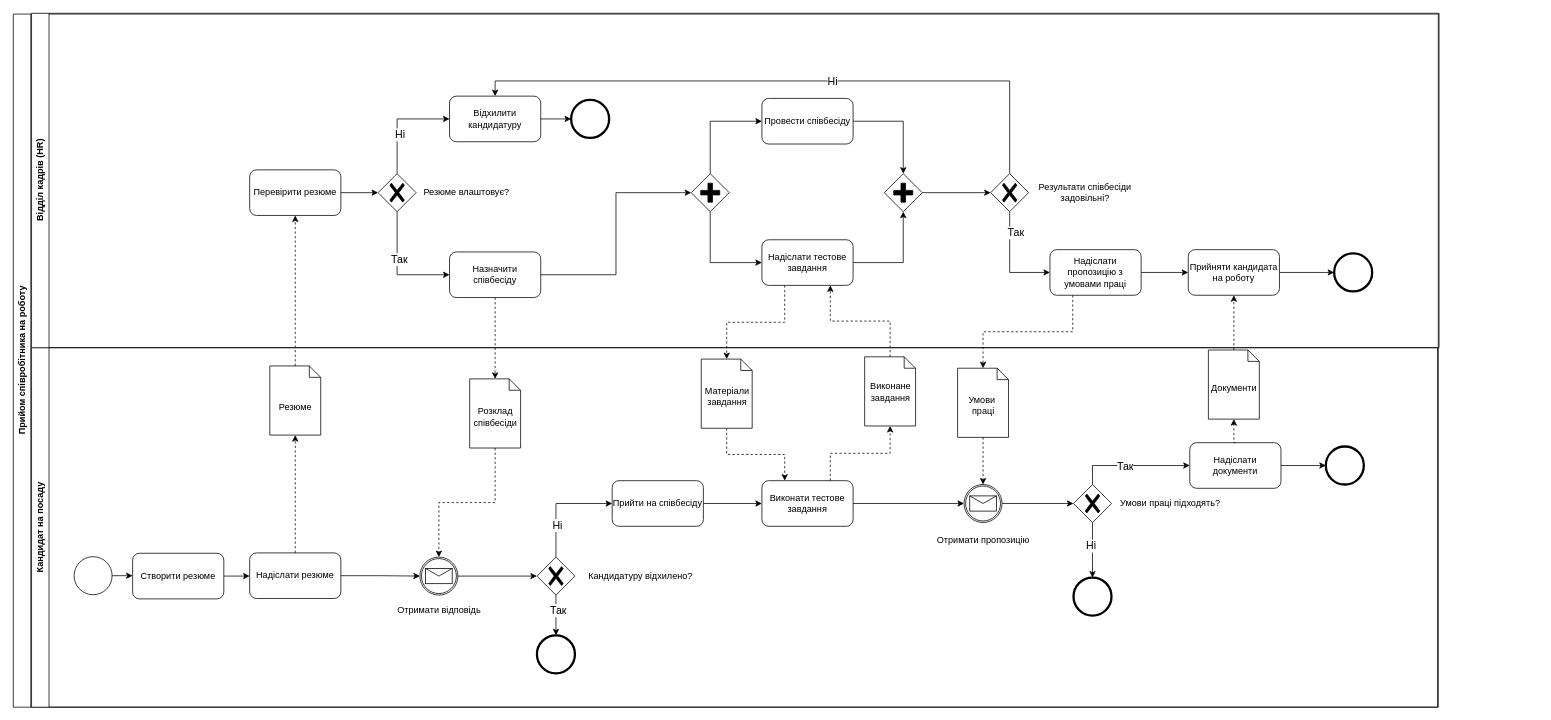
Earlier version of the draw.io diagram lab1/lab1_t4.drawio (gR4tiG0/QAQC). Source tidied: cells renumbered, new cells numbered last; positions are measured from the earlier drawing's top-left corner, leaving out a move shared by most shapes. Both pictures are drawn from the tidied source at 76%, with x=0, y=0 at pixel (13, 13).
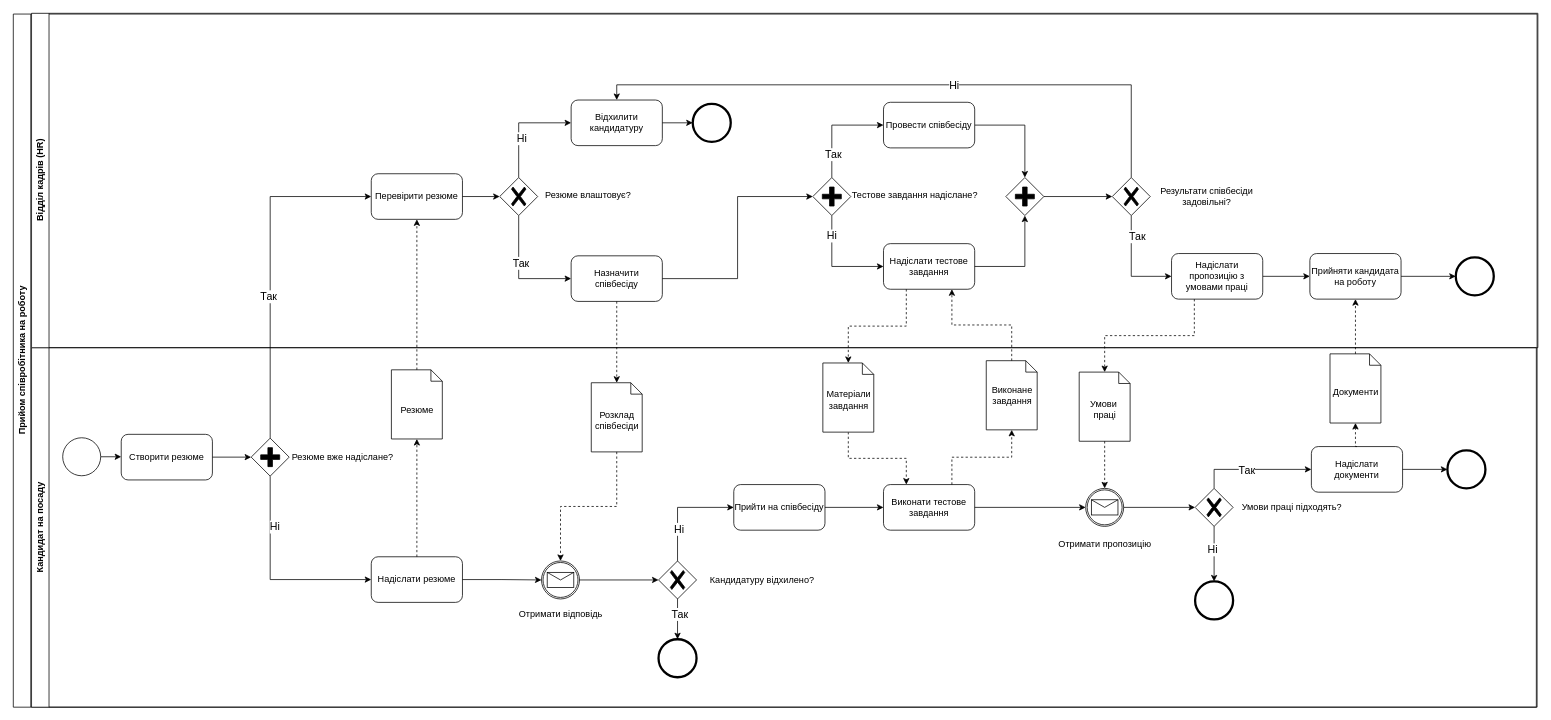
The same diagram, later.

The change refers to these unchanged cells:
```xml
<mxCell id="64" style="edgeStyle=orthogonalEdgeStyle;rounded=0;jettySize=auto;html=1;exitX=0.5;exitY=1;exitDx=0;exitDy=0;exitPerimeter=0;entryX=0;entryY=0.5;entryDx=0;entryDy=0;" parent="55" edge="1" source="66" target="70">
  <mxGeometry relative="1" as="geometry" />
</mxCell>
<mxCell id="65" style="edgeStyle=orthogonalEdgeStyle;rounded=0;jettySize=auto;html=1;exitX=0.5;exitY=0;exitDx=0;exitDy=0;exitPerimeter=0;entryX=0;entryY=0.5;entryDx=0;entryDy=0;" parent="55" edge="1" source="66" target="69">
  <mxGeometry relative="1" as="geometry" />
</mxCell>
```

Change to the diagram source:
```diff
@@
     <mxCell id="2" value="Прийом співробітника на роботу" style="swimlane;horizontal=0;whiteSpace=wrap;html=1;" parent="1" vertex="1">
-      <mxGeometry y="1" width="1875" height="912" as="geometry" />
+      <mxGeometry y="1" width="2005" height="912" as="geometry" />
     </mxCell>
     <mxCell id="3" value="Кандидат на посаду" style="swimlane;horizontal=0;whiteSpace=wrap;html=1;" parent="1" vertex="1">
-      <mxGeometry x="24" y="440" width="1850" height="473" as="geometry" />
+      <mxGeometry x="24" y="440" width="1980" height="473" as="geometry" />
     </mxCell>
     <mxCell id="4" style="shape=mxgraph.bpmn.data;labelPosition=center;verticalLabelPosition=bottom;align=center;verticalAlign=top;size=15;html=1;" parent="3" vertex="1">
-      <mxGeometry x="1218.5" y="27" width="67" height="91" as="geometry" />
+      <mxGeometry x="1378.5" y="32.1" width="67" height="91" as="geometry" />
     </mxCell>
     <mxCell id="5" style="shape=mxgraph.bpmn.data;labelPosition=center;verticalLabelPosition=bottom;align=center;verticalAlign=top;size=15;html=1;" parent="3" vertex="1">
-      <mxGeometry x="576.5" y="41" width="67" height="91" as="geometry" />
+      <mxGeometry x="736.5" y="46.1" width="67" height="91" as="geometry" />
     </mxCell>
@@
     <mxCell id="7" style="points=[[0.145,0.145,0],[0.5,0,0],[0.855,0.145,0],[1,0.5,0],[0.855,0.855,0],[0.5,1,0],[0.145,0.855,0],[0,0.5,0]];shape=mxgraph.bpmn.event;html=1;verticalLabelPosition=bottom;labelBackgroundColor=#ffffff;verticalAlign=top;align=center;perimeter=ellipsePerimeter;outlineConnect=0;outline=standard;symbol=general;" parent="3" vertex="1">
-      <mxGeometry x="56" y="275" width="50" height="50" as="geometry" />
+      <mxGeometry x="41" y="118.5" width="50" height="50" as="geometry" />
     </mxCell>
-    <mxCell id="8" style="edgeStyle=orthogonalEdgeStyle;rounded=0;jettySize=auto;html=1;exitX=1;exitY=0.5;exitDx=0;exitDy=0;entryX=0;entryY=0.5;entryDx=0;entryDy=0;" parent="3" edge="1" source="9" target="10">
-      <mxGeometry relative="1" as="geometry" />
-    </mxCell>
     <mxCell id="9" value="Створити резюме" style="rounded=1;whiteSpace=wrap;html=1;" parent="3" vertex="1">
-      <mxGeometry x="133" y="270.5" width="120" height="60" as="geometry" />
+      <mxGeometry x="118" y="114" width="120" height="60" as="geometry" />
     </mxCell>
     <mxCell id="10" value="Надіслати резюме" style="rounded=1;whiteSpace=wrap;html=1;" parent="3" vertex="1">
-      <mxGeometry x="287" y="270" width="120" height="60" as="geometry" />
+      <mxGeometry x="447" y="275.1" width="120" height="60" as="geometry" />
     </mxCell>
@@
     <mxCell id="13" style="points=[[0.25,0.25,0],[0.5,0,0],[0.75,0.25,0],[1,0.5,0],[0.75,0.75,0],[0.5,1,0],[0.25,0.75,0],[0,0.5,0]];shape=mxgraph.bpmn.gateway2;html=1;verticalLabelPosition=bottom;labelBackgroundColor=#ffffff;verticalAlign=top;align=center;perimeter=rhombusPerimeter;outlineConnect=0;outline=none;symbol=none;gwType=exclusive;" parent="3" vertex="1">
-      <mxGeometry x="665" y="275.5" width="50" height="50" as="geometry" />
+      <mxGeometry x="825" y="280.6" width="50" height="50" as="geometry" />
     </mxCell>
     <mxCell id="14" style="points=[[0.145,0.145,0],[0.5,0,0],[0.855,0.145,0],[1,0.5,0],[0.855,0.855,0],[0.5,1,0],[0.145,0.855,0],[0,0.5,0]];shape=mxgraph.bpmn.event;html=1;verticalLabelPosition=bottom;labelBackgroundColor=#ffffff;verticalAlign=top;align=center;perimeter=ellipsePerimeter;outlineConnect=0;outline=end;symbol=terminate2;" parent="3" vertex="1">
-      <mxGeometry x="665" y="378.5" width="50" height="50" as="geometry" />
+      <mxGeometry x="825" y="383.6" width="50" height="50" as="geometry" />
     </mxCell>
@@
     <mxCell id="17" style="shape=mxgraph.bpmn.data;labelPosition=center;verticalLabelPosition=bottom;align=center;verticalAlign=top;size=15;html=1;" parent="3" vertex="1">
-      <mxGeometry x="313.5" y="24" width="67" height="91" as="geometry" />
+      <mxGeometry x="473.5" y="29.1" width="67" height="91" as="geometry" />
     </mxCell>
@@
     <mxCell id="19" value="Прийти на співбесіду" style="rounded=1;whiteSpace=wrap;html=1;" parent="3" vertex="1">
-      <mxGeometry x="764" y="175" width="120" height="60" as="geometry" />
+      <mxGeometry x="924" y="180.1" width="120" height="60" as="geometry" />
     </mxCell>
     <mxCell id="20" value="Виконати тестове завдання" style="rounded=1;whiteSpace=wrap;html=1;" parent="3" vertex="1">
-      <mxGeometry x="961" y="175" width="120" height="60" as="geometry" />
+      <mxGeometry x="1121" y="180.1" width="120" height="60" as="geometry" />
     </mxCell>
     <mxCell id="21" style="points=[[0.145,0.145,0],[0.5,0,0],[0.855,0.145,0],[1,0.5,0],[0.855,0.855,0],[0.5,1,0],[0.145,0.855,0],[0,0.5,0]];shape=mxgraph.bpmn.event;html=1;verticalLabelPosition=bottom;labelBackgroundColor=#ffffff;verticalAlign=top;align=center;perimeter=ellipsePerimeter;outlineConnect=0;outline=catching;symbol=message;" parent="3" vertex="1">
-      <mxGeometry x="511" y="275.5" width="50" height="50" as="geometry" />
+      <mxGeometry x="671" y="280.6" width="50" height="50" as="geometry" />
     </mxCell>
@@
     <mxCell id="24" style="points=[[0.145,0.145,0],[0.5,0,0],[0.855,0.145,0],[1,0.5,0],[0.855,0.855,0],[0.5,1,0],[0.145,0.855,0],[0,0.5,0]];shape=mxgraph.bpmn.event;html=1;verticalLabelPosition=bottom;labelBackgroundColor=#ffffff;verticalAlign=top;align=center;perimeter=ellipsePerimeter;outlineConnect=0;outline=catching;symbol=message;" parent="3" vertex="1">
-      <mxGeometry x="1227" y="180" width="50" height="50" as="geometry" />
+      <mxGeometry x="1387" y="185.1" width="50" height="50" as="geometry" />
     </mxCell>
@@
     <mxCell id="28" style="points=[[0.25,0.25,0],[0.5,0,0],[0.75,0.25,0],[1,0.5,0],[0.75,0.75,0],[0.5,1,0],[0.25,0.75,0],[0,0.5,0]];shape=mxgraph.bpmn.gateway2;html=1;verticalLabelPosition=bottom;labelBackgroundColor=#ffffff;verticalAlign=top;align=center;perimeter=rhombusPerimeter;outlineConnect=0;outline=none;symbol=none;gwType=exclusive;" parent="3" vertex="1">
-      <mxGeometry x="1371" y="180" width="50" height="50" as="geometry" />
+      <mxGeometry x="1531" y="185.1" width="50" height="50" as="geometry" />
     </mxCell>
@@
     <mxCell id="30" style="points=[[0.145,0.145,0],[0.5,0,0],[0.855,0.145,0],[1,0.5,0],[0.855,0.855,0],[0.5,1,0],[0.145,0.855,0],[0,0.5,0]];shape=mxgraph.bpmn.event;html=1;verticalLabelPosition=bottom;labelBackgroundColor=#ffffff;verticalAlign=top;align=center;perimeter=ellipsePerimeter;outlineConnect=0;outline=end;symbol=terminate2;" parent="3" vertex="1">
-      <mxGeometry x="1371" y="302.5" width="50" height="50" as="geometry" />
+      <mxGeometry x="1531" y="307.6" width="50" height="50" as="geometry" />
     </mxCell>
@@
     <mxCell id="33" value="Надіслати документи" style="rounded=1;whiteSpace=wrap;html=1;" parent="3" vertex="1">
-      <mxGeometry x="1524" y="125" width="120" height="60" as="geometry" />
+      <mxGeometry x="1684" y="130.1" width="120" height="60" as="geometry" />
     </mxCell>
     <mxCell id="34" style="points=[[0.145,0.145,0],[0.5,0,0],[0.855,0.145,0],[1,0.5,0],[0.855,0.855,0],[0.5,1,0],[0.145,0.855,0],[0,0.5,0]];shape=mxgraph.bpmn.event;html=1;verticalLabelPosition=bottom;labelBackgroundColor=#ffffff;verticalAlign=top;align=center;perimeter=ellipsePerimeter;outlineConnect=0;outline=end;symbol=terminate2;" parent="3" vertex="1">
-      <mxGeometry x="1703" y="130" width="50" height="50" as="geometry" />
+      <mxGeometry x="1863" y="135.1" width="50" height="50" as="geometry" />
     </mxCell>
@@
     <mxCell id="36" value="Резюме" style="text;html=1;align=center;verticalAlign=middle;strokeColor=none;fillColor=none;" parent="3" vertex="1">
-      <mxGeometry x="316.5" y="64.5" width="61" height="26" as="geometry" />
+      <mxGeometry x="476.5" y="69.6" width="61" height="26" as="geometry" />
     </mxCell>
@@
     <mxCell id="38" style="shape=mxgraph.bpmn.data;labelPosition=center;verticalLabelPosition=bottom;align=center;verticalAlign=top;size=15;html=1;" parent="3" vertex="1">
-      <mxGeometry x="881.2" y="15" width="67" height="91" as="geometry" />
+      <mxGeometry x="1041.2" y="20.1" width="67" height="91" as="geometry" />
     </mxCell>
     <mxCell id="39" value="Матеріали&lt;br&gt;завдання" style="text;html=1;align=center;verticalAlign=middle;strokeColor=none;fillColor=none;" parent="3" vertex="1">
-      <mxGeometry x="876.8" y="43" width="76" height="41" as="geometry" />
+      <mxGeometry x="1036.8" y="48.1" width="76" height="41" as="geometry" />
     </mxCell>
     <mxCell id="40" style="shape=mxgraph.bpmn.data;labelPosition=center;verticalLabelPosition=bottom;align=center;verticalAlign=top;size=15;html=1;" parent="3" vertex="1">
-      <mxGeometry x="1096.2" y="12" width="67" height="91" as="geometry" />
+      <mxGeometry x="1256.2" y="17.1" width="67" height="91" as="geometry" />
     </mxCell>
     <mxCell id="41" value="Виконане&lt;br&gt;завдання" style="text;html=1;align=center;verticalAlign=middle;strokeColor=none;fillColor=none;" parent="3" vertex="1">
-      <mxGeometry x="1094.2" y="37" width="71" height="41" as="geometry" />
+      <mxGeometry x="1254.2" y="42.1" width="71" height="41" as="geometry" />
     </mxCell>
     <mxCell id="42" value="Кандидатуру відхилено?" style="text;html=1;align=center;verticalAlign=middle;strokeColor=none;fillColor=none;" parent="3" vertex="1">
-      <mxGeometry x="723" y="287.5" width="155" height="26" as="geometry" />
+      <mxGeometry x="883" y="292.6" width="155" height="26" as="geometry" />
     </mxCell>
     <mxCell id="43" value="Отримати відповідь" style="text;html=1;align=center;verticalAlign=middle;strokeColor=none;fillColor=none;" parent="3" vertex="1">
-      <mxGeometry x="472" y="332.5" width="128" height="26" as="geometry" />
+      <mxGeometry x="632" y="337.6" width="128" height="26" as="geometry" />
     </mxCell>
     <mxCell id="44" value="Отримати пропозицію" style="text;html=1;align=center;verticalAlign=middle;strokeColor=none;fillColor=none;" parent="3" vertex="1">
-      <mxGeometry x="1182" y="241" width="140" height="26" as="geometry" />
+      <mxGeometry x="1342" y="246.1" width="140" height="26" as="geometry" />
     </mxCell>
     <mxCell id="45" value="Умови праці підходять?" style="text;html=1;align=center;verticalAlign=middle;strokeColor=none;fillColor=none;" parent="3" vertex="1">
-      <mxGeometry x="1423" y="192" width="150" height="26" as="geometry" />
+      <mxGeometry x="1583" y="197.1" width="150" height="26" as="geometry" />
     </mxCell>
     <mxCell id="46" style="shape=mxgraph.bpmn.data;labelPosition=center;verticalLabelPosition=bottom;align=center;verticalAlign=top;size=15;html=1;" parent="3" vertex="1">
-      <mxGeometry x="1548.5" y="3" width="67" height="91" as="geometry" />
+      <mxGeometry x="1708.5" y="8.1" width="67" height="91" as="geometry" />
     </mxCell>
     <mxCell id="47" value="Документи" style="text;html=1;align=center;verticalAlign=middle;strokeColor=none;fillColor=none;" parent="3" vertex="1">
-      <mxGeometry x="1543" y="41" width="78" height="26" as="geometry" />
+      <mxGeometry x="1703" y="46.1" width="78" height="26" as="geometry" />
     </mxCell>
@@
     <mxCell id="49" value="Розклад&lt;br&gt;співбесіди" style="text;html=1;align=center;verticalAlign=middle;strokeColor=none;fillColor=none;" parent="3" vertex="1">
-      <mxGeometry x="572.5" y="70" width="75" height="41" as="geometry" />
+      <mxGeometry x="732.5" y="75.1" width="75" height="41" as="geometry" />
     </mxCell>
@@
     <mxCell id="51" value="Умови&amp;nbsp;&lt;br&gt;праці" style="text;html=1;align=center;verticalAlign=middle;strokeColor=none;fillColor=none;" parent="3" vertex="1">
-      <mxGeometry x="1224" y="55" width="56" height="41" as="geometry" />
+      <mxGeometry x="1384" y="60.1" width="56" height="41" as="geometry" />
     </mxCell>
@@
+    <mxCell id="95" style="edgeStyle=orthogonalEdgeStyle;rounded=0;jettySize=auto;html=1;exitX=0.5;exitY=1;exitDx=0;exitDy=0;exitPerimeter=0;entryX=0;entryY=0.5;entryDx=0;entryDy=0;" parent="3" edge="1" source="97" target="10">
+      <mxGeometry relative="1" as="geometry" />
+    </mxCell>
+    <mxCell id="96" value="&lt;font style=&quot;font-size: 14px;&quot;&gt;Ні&lt;/font&gt;" style="edgeLabel;html=1;align=center;verticalAlign=middle;" parent="95" vertex="1">
+      <mxGeometry x="-0.51" y="5" relative="1" as="geometry" />
+    </mxCell>
+    <mxCell id="97" style="points=[[0.25,0.25,0],[0.5,0,0],[0.75,0.25,0],[1,0.5,0],[0.75,0.75,0],[0.5,1,0],[0.25,0.75,0],[0,0.5,0]];shape=mxgraph.bpmn.gateway2;html=1;verticalLabelPosition=bottom;labelBackgroundColor=#ffffff;verticalAlign=top;align=center;perimeter=rhombusPerimeter;outlineConnect=0;outline=none;symbol=none;gwType=parallel;" parent="3" vertex="1">
+      <mxGeometry x="289" y="119" width="50" height="50" as="geometry" />
+    </mxCell>
+    <mxCell id="98" style="edgeStyle=orthogonalEdgeStyle;rounded=0;jettySize=auto;html=1;exitX=1;exitY=0.5;exitDx=0;exitDy=0;entryX=0;entryY=0.5;entryDx=0;entryDy=0;entryPerimeter=0;" parent="3" edge="1" source="9" target="97">
+      <mxGeometry relative="1" as="geometry" />
+    </mxCell>
+    <mxCell id="99" value="Резюме вже надіслане?" style="text;html=1;align=center;verticalAlign=middle;strokeColor=none;fillColor=none;" parent="3" vertex="1">
+      <mxGeometry x="333" y="131" width="151" height="26" as="geometry" />
+    </mxCell>
     <mxCell id="55" value="Відділ кадрів (HR)" style="swimlane;horizontal=0;whiteSpace=wrap;html=1;" parent="1" vertex="1">
-      <mxGeometry x="24" width="1852" height="440" as="geometry" />
+      <mxGeometry x="24" width="1982" height="440" as="geometry" />
     </mxCell>
     <mxCell id="56" value="Перевірити резюме" style="rounded=1;whiteSpace=wrap;html=1;" parent="55" vertex="1">
-      <mxGeometry x="287" y="206" width="120" height="60" as="geometry" />
+      <mxGeometry x="447" y="211.1" width="120" height="60" as="geometry" />
     </mxCell>
@@
     <mxCell id="61" style="points=[[0.25,0.25,0],[0.5,0,0],[0.75,0.25,0],[1,0.5,0],[0.75,0.75,0],[0.5,1,0],[0.25,0.75,0],[0,0.5,0]];shape=mxgraph.bpmn.gateway2;html=1;verticalLabelPosition=bottom;labelBackgroundColor=#ffffff;verticalAlign=top;align=center;perimeter=rhombusPerimeter;outlineConnect=0;outline=none;symbol=none;gwType=exclusive;" parent="55" vertex="1">
-      <mxGeometry x="456" y="211" width="50" height="50" as="geometry" />
+      <mxGeometry x="616" y="216.1" width="50" height="50" as="geometry" />
     </mxCell>
     <mxCell id="62" value="Відхилити кандидатуру" style="rounded=1;whiteSpace=wrap;html=1;" parent="55" vertex="1">
-      <mxGeometry x="550" y="109" width="120" height="60" as="geometry" />
+      <mxGeometry x="710" y="114.1" width="120" height="60" as="geometry" />
     </mxCell>
     <mxCell id="63" value="Назначити співбесіду" style="rounded=1;whiteSpace=wrap;html=1;" parent="55" vertex="1">
-      <mxGeometry x="550" y="314" width="120" height="60" as="geometry" />
+      <mxGeometry x="710" y="319.1" width="120" height="60" as="geometry" />
     </mxCell>
@@
+    <mxCell id="100" value="&lt;font style=&quot;font-size: 14px;&quot;&gt;Ні&lt;/font&gt;" style="edgeLabel;html=1;align=center;verticalAlign=middle;" parent="64" vertex="1">
+      <mxGeometry x="-0.61" y="-1" relative="1" as="geometry" />
+    </mxCell>
@@
+    <mxCell id="101" value="&lt;font style=&quot;font-size: 14px;&quot;&gt;Так&lt;/font&gt;" style="edgeLabel;html=1;align=center;verticalAlign=middle;" parent="65" vertex="1">
+      <mxGeometry x="-0.55" y="-1" relative="1" as="geometry" />
+    </mxCell>
     <mxCell id="66" style="points=[[0.25,0.25,0],[0.5,0,0],[0.75,0.25,0],[1,0.5,0],[0.75,0.75,0],[0.5,1,0],[0.25,0.75,0],[0,0.5,0]];shape=mxgraph.bpmn.gateway2;html=1;verticalLabelPosition=bottom;labelBackgroundColor=#ffffff;verticalAlign=top;align=center;perimeter=rhombusPerimeter;outlineConnect=0;outline=none;symbol=none;gwType=parallel;" parent="55" vertex="1">
-      <mxGeometry x="868" y="211" width="50" height="50" as="geometry" />
+      <mxGeometry x="1028" y="216.1" width="50" height="50" as="geometry" />
     </mxCell>
@@
     <mxCell id="69" value="Провести співбесіду" style="rounded=1;whiteSpace=wrap;html=1;" parent="55" vertex="1">
-      <mxGeometry x="961" y="112" width="120" height="60" as="geometry" />
+      <mxGeometry x="1121" y="117.1" width="120" height="60" as="geometry" />
     </mxCell>
     <mxCell id="70" value="Надіслати тестове завдання" style="rounded=1;whiteSpace=wrap;html=1;" parent="55" vertex="1">
-      <mxGeometry x="961" y="298" width="120" height="60" as="geometry" />
+      <mxGeometry x="1121" y="303.1" width="120" height="60" as="geometry" />
     </mxCell>
     <mxCell id="71" style="points=[[0.25,0.25,0],[0.5,0,0],[0.75,0.25,0],[1,0.5,0],[0.75,0.75,0],[0.5,1,0],[0.25,0.75,0],[0,0.5,0]];shape=mxgraph.bpmn.gateway2;html=1;verticalLabelPosition=bottom;labelBackgroundColor=#ffffff;verticalAlign=top;align=center;perimeter=rhombusPerimeter;outlineConnect=0;outline=none;symbol=none;gwType=parallel;" parent="55" vertex="1">
-      <mxGeometry x="1122" y="211" width="50" height="50" as="geometry" />
+      <mxGeometry x="1282" y="216.1" width="50" height="50" as="geometry" />
     </mxCell>
@@
     <mxCell id="77" style="points=[[0.25,0.25,0],[0.5,0,0],[0.75,0.25,0],[1,0.5,0],[0.75,0.75,0],[0.5,1,0],[0.25,0.75,0],[0,0.5,0]];shape=mxgraph.bpmn.gateway2;html=1;verticalLabelPosition=bottom;labelBackgroundColor=#ffffff;verticalAlign=top;align=center;perimeter=rhombusPerimeter;outlineConnect=0;outline=none;symbol=none;gwType=exclusive;" parent="55" vertex="1">
-      <mxGeometry x="1262" y="211" width="50" height="50" as="geometry" />
+      <mxGeometry x="1422" y="216.1" width="50" height="50" as="geometry" />
     </mxCell>
@@
     <mxCell id="80" value="Надіслати пропозицію з умовами праці" style="rounded=1;whiteSpace=wrap;html=1;" parent="55" vertex="1">
-      <mxGeometry x="1340" y="311" width="120" height="60" as="geometry" />
+      <mxGeometry x="1500" y="316.1" width="120" height="60" as="geometry" />
     </mxCell>
@@
     <mxCell id="83" value="Прийняти кандидата на роботу" style="rounded=1;whiteSpace=wrap;html=1;" parent="55" vertex="1">
-      <mxGeometry x="1522" y="311" width="120" height="60" as="geometry" />
+      <mxGeometry x="1682" y="316.1" width="120" height="60" as="geometry" />
     </mxCell>
     <mxCell id="84" value="Резюме влаштовує?" style="text;html=1;align=center;verticalAlign=middle;strokeColor=none;fillColor=none;" parent="55" vertex="1">
-      <mxGeometry x="506" y="222" width="131" height="26" as="geometry" />
+      <mxGeometry x="666" y="227.1" width="131" height="26" as="geometry" />
     </mxCell>
     <mxCell id="85" value="Результати співбесіди&lt;br&gt;задовільні?" style="text;html=1;align=center;verticalAlign=middle;strokeColor=none;fillColor=none;" parent="55" vertex="1">
-      <mxGeometry x="1316" y="215.5" width="140" height="41" as="geometry" />
+      <mxGeometry x="1476" y="220.6" width="140" height="41" as="geometry" />
     </mxCell>
     <mxCell id="86" style="points=[[0.145,0.145,0],[0.5,0,0],[0.855,0.145,0],[1,0.5,0],[0.855,0.855,0],[0.5,1,0],[0.145,0.855,0],[0,0.5,0]];shape=mxgraph.bpmn.event;html=1;verticalLabelPosition=bottom;labelBackgroundColor=#ffffff;verticalAlign=top;align=center;perimeter=ellipsePerimeter;outlineConnect=0;outline=end;symbol=terminate2;" parent="55" vertex="1">
-      <mxGeometry x="710" y="114" width="50" height="50" as="geometry" />
+      <mxGeometry x="870" y="119.1" width="50" height="50" as="geometry" />
     </mxCell>
@@
     <mxCell id="88" style="points=[[0.145,0.145,0],[0.5,0,0],[0.855,0.145,0],[1,0.5,0],[0.855,0.855,0],[0.5,1,0],[0.145,0.855,0],[0,0.5,0]];shape=mxgraph.bpmn.event;html=1;verticalLabelPosition=bottom;labelBackgroundColor=#ffffff;verticalAlign=top;align=center;perimeter=ellipsePerimeter;outlineConnect=0;outline=end;symbol=terminate2;" parent="55" vertex="1">
-      <mxGeometry x="1714" y="316" width="50" height="50" as="geometry" />
+      <mxGeometry x="1874" y="321.1" width="50" height="50" as="geometry" />
     </mxCell>
+    <mxCell id="102" value="Тестове завдання надіслане?" style="text;html=1;align=center;verticalAlign=middle;strokeColor=none;fillColor=none;" parent="55" vertex="1">
+      <mxGeometry x="1070" y="227.1" width="183" height="26" as="geometry" />
+    </mxCell>
@@
+    <mxCell id="103" style="edgeStyle=orthogonalEdgeStyle;rounded=0;jettySize=auto;html=1;exitX=0.5;exitY=0;exitDx=0;exitDy=0;exitPerimeter=0;entryX=0;entryY=0.5;entryDx=0;entryDy=0;" parent="1" edge="1" source="97" target="56">
+      <mxGeometry relative="1" as="geometry" />
+    </mxCell>
+    <mxCell id="104" value="&lt;font style=&quot;font-size: 14px;&quot;&gt;Так&lt;/font&gt;" style="edgeLabel;html=1;align=center;verticalAlign=middle;" parent="103" vertex="1">
+      <mxGeometry x="-0.17" y="3" relative="1" as="geometry" />
+    </mxCell>
```
